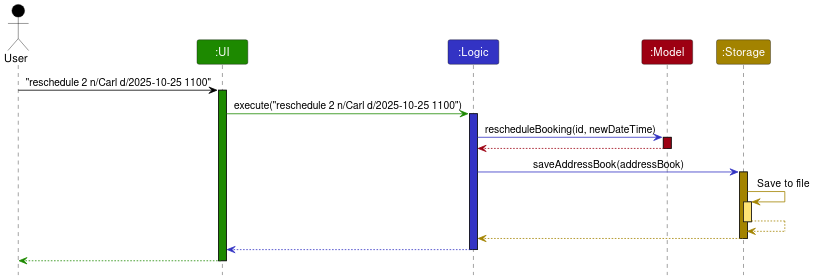
Earlier version of the PlantUML export docs/images/RescheduleDiagram.png (tathan08/tp). Its source is kept beside it as docs/diagrams/RescheduleDiagram.puml.
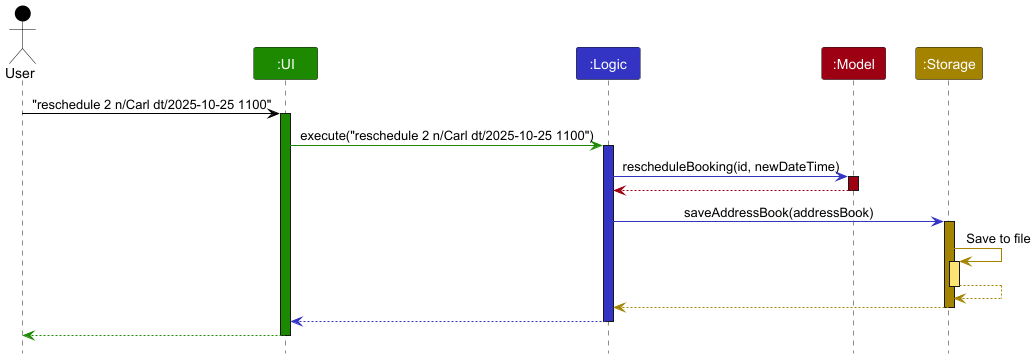
Above is the later version.

Diff of the diagram source:
```diff
@@ -8,10 +8,10 @@
 Participant ":Model" as model MODEL_COLOR
 Participant ":Storage" as storage STORAGE_COLOR
 
-user -[USER_COLOR]> ui : "reschedule 2 n/Carl d/2025-10-25 1100"
+user -[USER_COLOR]> ui : "reschedule 2 n/Carl dt/2025-10-25 1100"
 activate ui UI_COLOR
 
-ui -[UI_COLOR]> logic : execute("reschedule 2 n/Carl d/2025-10-25 1100")
+ui -[UI_COLOR]> logic : execute("reschedule 2 n/Carl dt/2025-10-25 1100")
 activate logic LOGIC_COLOR
 
 logic -[LOGIC_COLOR]> model : rescheduleBooking(id, newDateTime)
```
